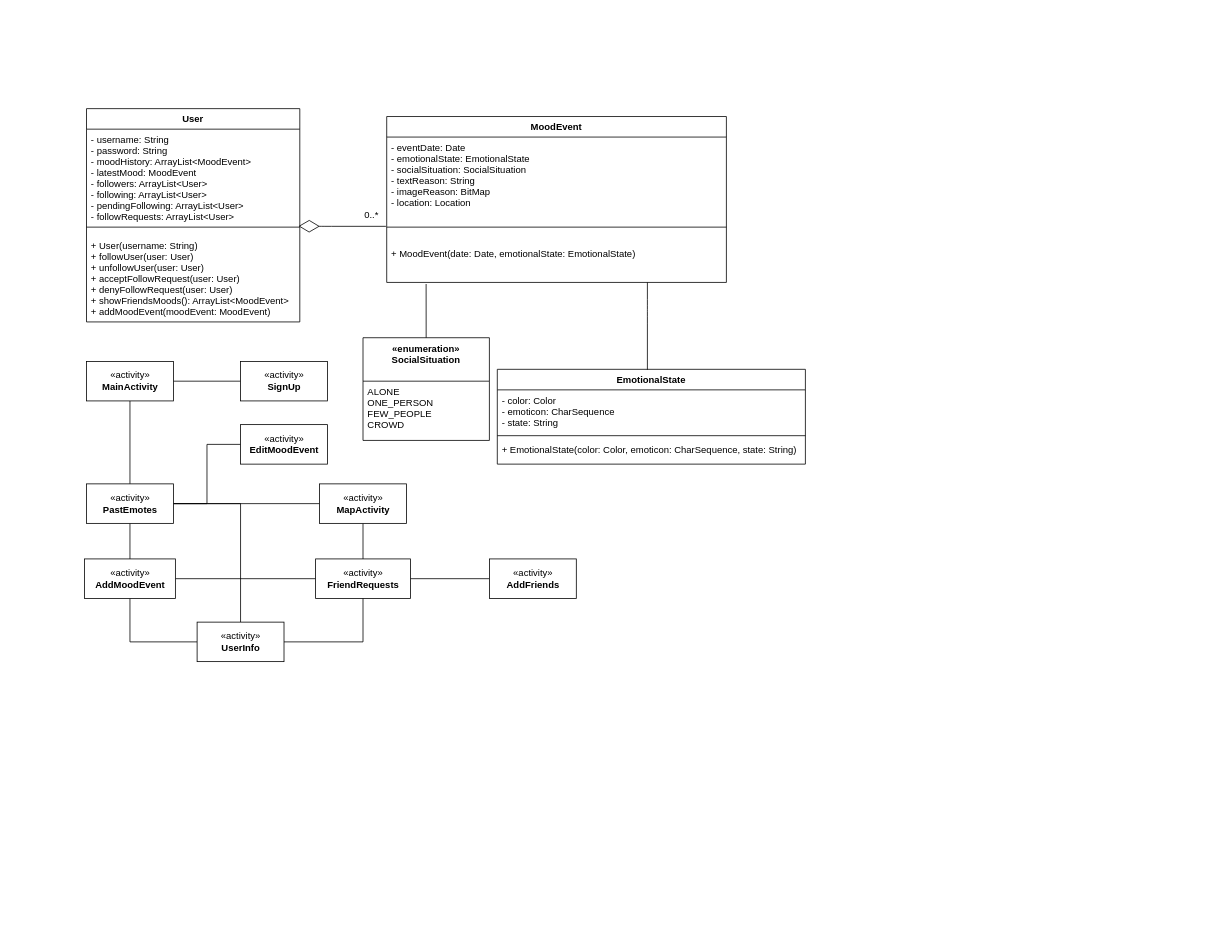
Before: uml_diagram/diagram.drawio in CMPUT301F19T25/0.8XEng, a draw.io diagram. Source tidied: cells renumbered, new cells numbered last; positions are measured from the earlier drawing's top-left corner, leaving out a move shared by most shapes. Both pictures are drawn from the tidied source at 79%, with x=0, y=0 at pixel (85, 108).
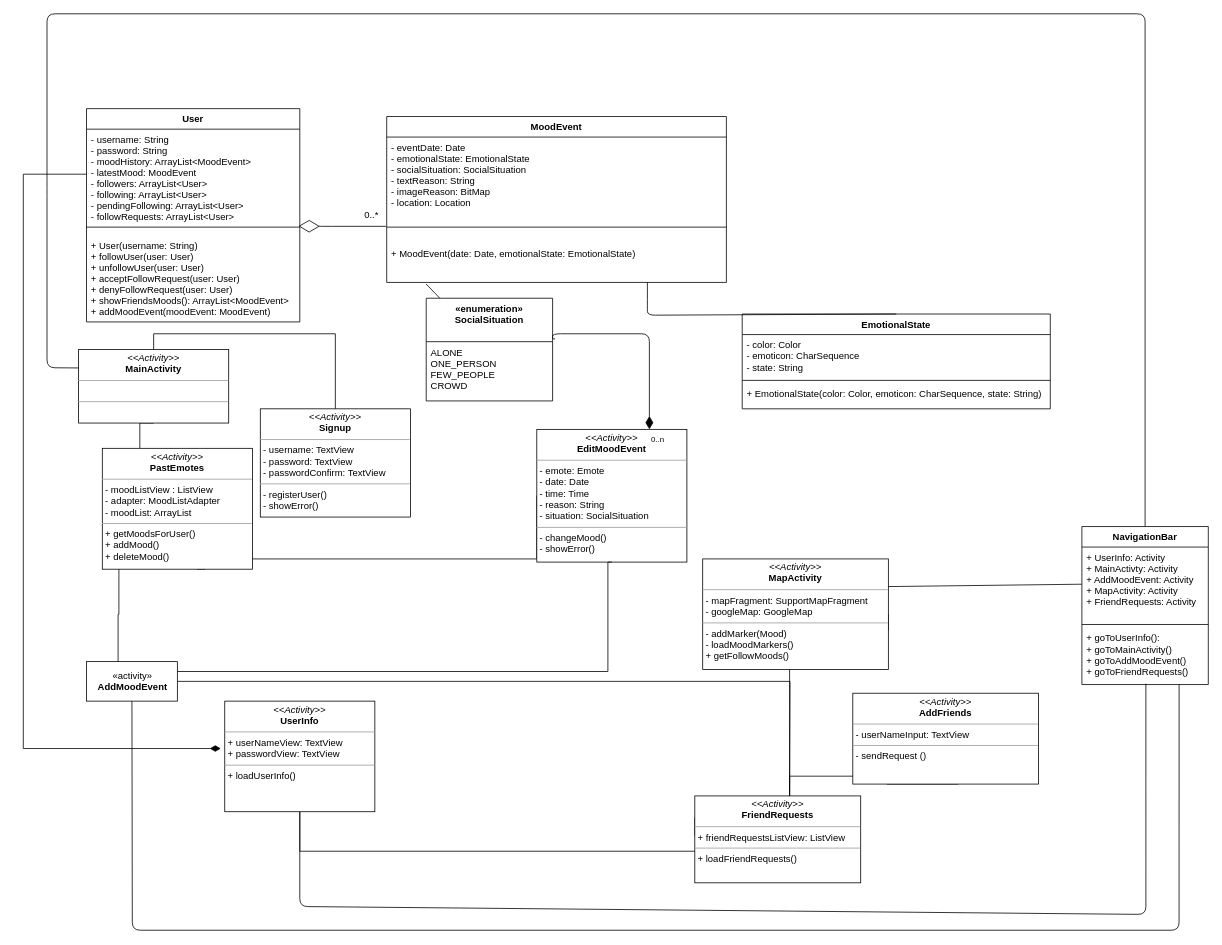
Above is the later version.

Commit message (it also covers changes not shown here):
updated uml diagrams

Unchanged cells that the change refers to:
```xml
<mxCell id="11" value="- username: String&#10;- password: String&#10;- moodHistory: ArrayList&lt;MoodEvent&gt;&#10;- latestMood: MoodEvent&#10;- followers: ArrayList&lt;User&gt;&#10;- following: ArrayList&lt;User&gt;&#10;- pendingFollowing: ArrayList&lt;User&gt;&#10;- followRequests: ArrayList&lt;User&gt;" style="text;strokeColor=none;fillColor=none;align=left;verticalAlign=top;spacingLeft=4;spacingRight=4;overflow=hidden;points=[[0,0.5],[1,0.5]];portConstraint=eastwest;" parent="10" vertex="1">
  <mxGeometry y="26" width="270" height="114" as="geometry" />
</mxCell>
<mxCell id="15" value="ALONE&#10;ONE_PERSON&#10;FEW_PEOPLE&#10;CROWD" style="text;strokeColor=none;fillColor=none;align=left;verticalAlign=top;spacingLeft=4;spacingRight=4;overflow=hidden;points=[[0,0.5],[1,0.5]];portConstraint=eastwest;" parent="14" vertex="1">
  <mxGeometry y="55" width="160" height="75" as="geometry" />
</mxCell>
```

The edit, as a diff of the source:
```diff
@@
     <mxCell id="6" value="EmotionalState" style="swimlane;fontStyle=1;align=center;verticalAlign=top;horizontal=1;startSize=26;" parent="1" vertex="1">
-      <mxGeometry x="522" y="330" width="390" height="120" as="geometry" />
+      <mxGeometry x="832" y="260" width="390" height="120" as="geometry" />
     </mxCell>
@@
     <mxCell id="14" value="«enumeration»&#10;SocialSituation" style="swimlane;fontStyle=1;align=center;verticalAlign=top;horizontal=1;startSize=55;" parent="1" vertex="1">
-      <mxGeometry x="352" y="290" width="160" height="130" as="geometry" />
+      <mxGeometry x="432" y="240" width="160" height="130" as="geometry" />
     </mxCell>
@@
-    <mxCell id="18" style="endArrow=none;html=1;entryX=0.372;entryY=0.971;entryDx=0;entryDy=0;entryPerimeter=0;" parent="1" edge="1">
+    <mxCell id="18" style="endArrow=none;html=1;entryX=0.372;entryY=0.971;entryDx=0;entryDy=0;entryPerimeter=0;exitX=0.5;exitY=0;exitDx=0;exitDy=0;" parent="1" edge="1" source="6">
       <mxGeometry relative="1" as="geometry">
-        <mxPoint x="712" y="330.5" as="sourcePoint" />
         <mxPoint x="712" y="220" as="targetPoint" />
         <Array as="points">
           <mxPoint x="712" y="261.5" />
           <mxPoint x="712" y="251.5" />
         </Array>
       </mxGeometry>
     </mxCell>
@@
-    <mxCell id="20" style="edgeStyle=orthogonalEdgeStyle;rounded=0;jettySize=auto;html=1;endArrow=none;endFill=0;" parent="1" edge="1" source="22" target="23">
+    <mxCell id="20" style="edgeStyle=orthogonalEdgeStyle;rounded=0;jettySize=auto;html=1;endArrow=none;endFill=0;exitX=0.5;exitY=0;exitDx=0;exitDy=0;entryX=0.5;entryY=0;entryDx=0;entryDy=0;" parent="1" edge="1" source="42" target="44">
       <mxGeometry relative="1" as="geometry" />
     </mxCell>
-    <mxCell id="21" style="edgeStyle=orthogonalEdgeStyle;rounded=0;jettySize=auto;html=1;entryX=0.5;entryY=0;entryDx=0;entryDy=0;endArrow=none;endFill=0;" parent="1" edge="1" source="22" target="33">
+    <mxCell id="21" style="edgeStyle=orthogonalEdgeStyle;rounded=0;jettySize=auto;html=1;entryX=0.25;entryY=0;entryDx=0;entryDy=0;endArrow=none;endFill=0;exitX=0.5;exitY=1;exitDx=0;exitDy=0;" parent="1" edge="1" source="42" target="53">
       <mxGeometry relative="1" as="geometry" />
     </mxCell>
-    <mxCell id="22" value="«activity»&lt;br&gt;&lt;b&gt;MainActivity&lt;/b&gt;" style="html=1;" parent="1" vertex="1">
-      <mxGeometry x="2" y="320" width="110" height="50" as="geometry" />
-    </mxCell>
-    <mxCell id="23" value="«activity»&lt;br&gt;&lt;b&gt;SignUp&lt;/b&gt;" style="html=1;" parent="1" vertex="1">
-      <mxGeometry x="197" y="320" width="110" height="50" as="geometry" />
-    </mxCell>
-    <mxCell id="24" style="edgeStyle=orthogonalEdgeStyle;rounded=0;jettySize=auto;html=1;entryX=0;entryY=0.5;entryDx=0;entryDy=0;endArrow=none;endFill=0;" parent="1" edge="1" source="26" target="39">
-      <mxGeometry relative="1" as="geometry">
-        <Array as="points">
-          <mxPoint x="57" y="675" />
-        </Array>
-      </mxGeometry>
-    </mxCell>
-    <mxCell id="25" style="edgeStyle=orthogonalEdgeStyle;rounded=0;jettySize=auto;html=1;endArrow=none;endFill=0;" parent="1" edge="1" source="26" target="28">
-      <mxGeometry relative="1" as="geometry" />
+    <mxCell id="25" style="edgeStyle=orthogonalEdgeStyle;rounded=0;jettySize=auto;html=1;endArrow=none;endFill=0;" parent="1" edge="1" source="26">
+      <mxGeometry relative="1" as="geometry">
+        <mxPoint x="892" y="880" as="targetPoint" />
+      </mxGeometry>
     </mxCell>
     <mxCell id="26" value="«activity»&lt;br&gt;&lt;b&gt;AddMoodEvent&lt;/b&gt;" style="html=1;" parent="1" vertex="1">
-      <mxGeometry x="-0.5" y="570" width="115" height="50" as="geometry" />
+      <mxGeometry x="2" y="700" width="115" height="50" as="geometry" />
     </mxCell>
-    <mxCell id="27" style="edgeStyle=orthogonalEdgeStyle;rounded=0;jettySize=auto;html=1;endArrow=none;endFill=0;" parent="1" edge="1" source="28" target="37">
-      <mxGeometry relative="1" as="geometry" />
+    <mxCell id="27" style="edgeStyle=orthogonalEdgeStyle;rounded=0;jettySize=auto;html=1;endArrow=none;endFill=0;entryX=0.568;entryY=1;entryDx=0;entryDy=0;entryPerimeter=0;" parent="1" edge="1" target="41">
+      <mxGeometry relative="1" as="geometry">
+        <mxPoint x="892" y="880" as="sourcePoint" />
+        <Array as="points">
+          <mxPoint x="1015" y="845" />
+        </Array>
+      </mxGeometry>
     </mxCell>
-    <mxCell id="28" value="«activity»&lt;br&gt;&lt;b&gt;FriendRequests&lt;/b&gt;" style="html=1;" parent="1" vertex="1">
-      <mxGeometry x="292" y="570" width="120" height="50" as="geometry" />
-    </mxCell>
-    <mxCell id="29" style="edgeStyle=orthogonalEdgeStyle;rounded=0;jettySize=auto;html=1;endArrow=none;endFill=0;" parent="1" edge="1" source="33" target="26">
-      <mxGeometry relative="1" as="geometry" />
+    <mxCell id="29" style="edgeStyle=orthogonalEdgeStyle;rounded=0;jettySize=auto;html=1;endArrow=none;endFill=0;exitX=0.163;exitY=0.993;exitDx=0;exitDy=0;exitPerimeter=0;" parent="1" edge="1" source="53" target="26">
+      <mxGeometry relative="1" as="geometry">
+        <Array as="points">
+          <mxPoint x="43" y="640" />
+          <mxPoint x="42" y="640" />
+        </Array>
+      </mxGeometry>
     </mxCell>
-    <mxCell id="30" style="edgeStyle=orthogonalEdgeStyle;rounded=0;jettySize=auto;html=1;entryX=0;entryY=0.5;entryDx=0;entryDy=0;endArrow=none;endFill=0;" parent="1" edge="1" source="33" target="35">
-      <mxGeometry relative="1" as="geometry" />
-    </mxCell>
-    <mxCell id="31" style="edgeStyle=orthogonalEdgeStyle;rounded=0;jettySize=auto;html=1;entryX=0;entryY=0.5;entryDx=0;entryDy=0;endArrow=none;endFill=0;" parent="1" edge="1" source="33" target="36">
-      <mxGeometry relative="1" as="geometry" />
+    <mxCell id="31" style="edgeStyle=orthogonalEdgeStyle;rounded=0;jettySize=auto;html=1;entryX=0;entryY=0.5;entryDx=0;entryDy=0;endArrow=none;endFill=0;exitX=0.684;exitY=1;exitDx=0;exitDy=0;exitPerimeter=0;" parent="1" edge="1" source="53" target="45">
+      <mxGeometry relative="1" as="geometry">
+        <Array as="points">
+          <mxPoint x="142" y="570" />
+          <mxPoint x="572" y="570" />
+        </Array>
+      </mxGeometry>
     </mxCell>
-    <mxCell id="32" style="edgeStyle=orthogonalEdgeStyle;rounded=0;jettySize=auto;html=1;endArrow=none;endFill=0;" parent="1" edge="1" source="33" target="39">
-      <mxGeometry relative="1" as="geometry" />
-    </mxCell>
-    <mxCell id="33" value="«activity»&lt;br&gt;&lt;b&gt;PastEmotes&lt;/b&gt;" style="html=1;" parent="1" vertex="1">
-      <mxGeometry x="2" y="475" width="110" height="50" as="geometry" />
-    </mxCell>
-    <mxCell id="34" style="edgeStyle=orthogonalEdgeStyle;rounded=0;jettySize=auto;html=1;endArrow=none;endFill=0;" parent="1" edge="1" source="35" target="28">
-      <mxGeometry relative="1" as="geometry" />
+    <mxCell id="34" style="edgeStyle=orthogonalEdgeStyle;rounded=0;jettySize=auto;html=1;endArrow=none;endFill=0;exitX=1;exitY=0.5;exitDx=0;exitDy=0;entryX=0;entryY=0.25;entryDx=0;entryDy=0;" parent="1" edge="1" source="40" target="60">
+      <mxGeometry relative="1" as="geometry">
+        <Array as="points">
+          <mxPoint x="1017" y="660" />
+          <mxPoint x="892" y="660" />
+          <mxPoint x="892" y="920" />
+        </Array>
+      </mxGeometry>
     </mxCell>
-    <mxCell id="35" value="«activity»&lt;br&gt;&lt;b&gt;MapActivity&lt;/b&gt;" style="html=1;" parent="1" vertex="1">
-      <mxGeometry x="297" y="475" width="110" height="50" as="geometry" />
-    </mxCell>
-    <mxCell id="36" value="«activity»&lt;br&gt;&lt;b&gt;EditMoodEvent&lt;/b&gt;" style="html=1;" parent="1" vertex="1">
-      <mxGeometry x="197" y="400" width="110" height="50" as="geometry" />
-    </mxCell>
-    <mxCell id="37" value="«activity»&lt;br&gt;&lt;b&gt;AddFriends&lt;/b&gt;" style="html=1;" parent="1" vertex="1">
-      <mxGeometry x="512" y="570" width="110" height="50" as="geometry" />
-    </mxCell>
-    <mxCell id="38" style="edgeStyle=orthogonalEdgeStyle;rounded=0;jettySize=auto;html=1;entryX=0.5;entryY=1;entryDx=0;entryDy=0;endArrow=none;endFill=0;" parent="1" edge="1" source="39" target="28">
-      <mxGeometry relative="1" as="geometry" />
+    <mxCell id="38" style="edgeStyle=orthogonalEdgeStyle;rounded=0;jettySize=auto;html=1;entryX=0;entryY=0.25;entryDx=0;entryDy=0;endArrow=none;endFill=0;exitX=0.5;exitY=1;exitDx=0;exitDy=0;" parent="1" edge="1" source="43" target="60">
+      <mxGeometry relative="1" as="geometry">
+        <Array as="points">
+          <mxPoint x="272" y="940" />
+          <mxPoint x="972" y="940" />
+        </Array>
+      </mxGeometry>
     </mxCell>
-    <mxCell id="39" value="«activity»&lt;br&gt;&lt;b&gt;UserInfo&lt;/b&gt;" style="html=1;" parent="1" vertex="1">
-      <mxGeometry x="142" y="650" width="110" height="50" as="geometry" />
-    </mxCell>
+    <mxCell id="40" value="&lt;p style=&quot;margin: 0px ; margin-top: 4px ; text-align: center&quot;&gt;&lt;i&gt;&amp;lt;&amp;lt;Activity&amp;gt;&amp;gt;&lt;/i&gt;&lt;br&gt;&lt;b&gt;MapActivity&lt;/b&gt;&lt;/p&gt;&lt;hr size=&quot;1&quot;&gt;&lt;p style=&quot;margin: 0px ; margin-left: 4px&quot;&gt;- mapFragment: SupportMapFragment&lt;br&gt;- googleMap: GoogleMap&lt;/p&gt;&lt;hr size=&quot;1&quot;&gt;&lt;p style=&quot;margin: 0px ; margin-left: 4px&quot;&gt;- addMarker(Mood)&lt;br&gt;- loadMoodMarkers()&lt;/p&gt;&lt;p style=&quot;margin: 0px ; margin-left: 4px&quot;&gt;+ getFollowMoods()&lt;/p&gt;" style="verticalAlign=top;align=left;overflow=fill;fontSize=12;fontFamily=Helvetica;html=1;" parent="1" vertex="1">
+      <mxGeometry x="782" y="570" width="235" height="140" as="geometry" />
+    </mxCell>
+    <mxCell id="41" value="&lt;p style=&quot;margin: 0px ; margin-top: 4px ; text-align: center&quot;&gt;&lt;i&gt;&amp;lt;&amp;lt;Activity&amp;gt;&amp;gt;&lt;/i&gt;&lt;br&gt;&lt;b&gt;AddFriends&lt;/b&gt;&lt;/p&gt;&lt;hr size=&quot;1&quot;&gt;&lt;p style=&quot;margin: 0px ; margin-left: 4px&quot;&gt;- userNameInput: TextView&lt;/p&gt;&lt;hr size=&quot;1&quot;&gt;&lt;p style=&quot;margin: 0px ; margin-left: 4px&quot;&gt;- sendRequest ()&lt;br&gt;&lt;/p&gt;" style="verticalAlign=top;align=left;overflow=fill;fontSize=12;fontFamily=Helvetica;html=1;" parent="1" vertex="1">
+      <mxGeometry x="972" y="740" width="235" height="115" as="geometry" />
+    </mxCell>
+    <mxCell id="42" value="&lt;p style=&quot;margin: 0px ; margin-top: 4px ; text-align: center&quot;&gt;&lt;i&gt;&amp;lt;&amp;lt;Activity&amp;gt;&amp;gt;&lt;/i&gt;&lt;br&gt;&lt;b&gt;MainActivity&lt;/b&gt;&lt;/p&gt;&lt;hr size=&quot;1&quot;&gt;&lt;p style=&quot;margin: 0px ; margin-left: 4px&quot;&gt;&lt;br&gt;&lt;/p&gt;&lt;hr size=&quot;1&quot;&gt;&lt;p style=&quot;margin: 0px ; margin-left: 4px&quot;&gt;&lt;br&gt;&lt;/p&gt;" style="verticalAlign=top;align=left;overflow=fill;fontSize=12;fontFamily=Helvetica;html=1;" parent="1" vertex="1">
+      <mxGeometry x="-8" y="305" width="190" height="93" as="geometry" />
+    </mxCell>
+    <mxCell id="43" value="&lt;p style=&quot;margin: 0px ; margin-top: 4px ; text-align: center&quot;&gt;&lt;i&gt;&amp;lt;&amp;lt;Activity&amp;gt;&amp;gt;&lt;/i&gt;&lt;br&gt;&lt;b&gt;UserInfo&lt;/b&gt;&lt;/p&gt;&lt;hr size=&quot;1&quot;&gt;&lt;p style=&quot;margin: 0px ; margin-left: 4px&quot;&gt;+ userNameView: TextView&lt;br&gt;+ passwordView: TextView&lt;/p&gt;&lt;hr size=&quot;1&quot;&gt;&lt;p style=&quot;margin: 0px ; margin-left: 4px&quot;&gt;+ loadUserInfo()&lt;/p&gt;" style="verticalAlign=top;align=left;overflow=fill;fontSize=12;fontFamily=Helvetica;html=1;" parent="1" vertex="1">
+      <mxGeometry x="177" y="750" width="190" height="140" as="geometry" />
+    </mxCell>
+    <mxCell id="44" value="&lt;p style=&quot;margin: 0px ; margin-top: 4px ; text-align: center&quot;&gt;&lt;i&gt;&amp;lt;&amp;lt;Activity&amp;gt;&amp;gt;&lt;/i&gt;&lt;br&gt;&lt;b&gt;Signup&lt;/b&gt;&lt;/p&gt;&lt;hr size=&quot;1&quot;&gt;&lt;p style=&quot;margin: 0px ; margin-left: 4px&quot;&gt;- username: TextView&lt;br&gt;- password: TextView&lt;/p&gt;&lt;p style=&quot;margin: 0px ; margin-left: 4px&quot;&gt;- passwordConfirm: TextView&amp;nbsp;&lt;/p&gt;&lt;hr size=&quot;1&quot;&gt;&lt;p style=&quot;margin: 0px ; margin-left: 4px&quot;&gt;- registerUser()&lt;/p&gt;&lt;p style=&quot;margin: 0px ; margin-left: 4px&quot;&gt;- showError()&lt;/p&gt;" style="verticalAlign=top;align=left;overflow=fill;fontSize=12;fontFamily=Helvetica;html=1;" parent="1" vertex="1">
+      <mxGeometry x="222" y="380" width="190" height="137" as="geometry" />
+    </mxCell>
+    <mxCell id="45" value="&lt;p style=&quot;margin: 0px ; margin-top: 4px ; text-align: center&quot;&gt;&lt;i&gt;&amp;lt;&amp;lt;Activity&amp;gt;&amp;gt;&lt;/i&gt;&lt;br&gt;&lt;b&gt;EditMoodEvent&lt;/b&gt;&lt;/p&gt;&lt;hr size=&quot;1&quot;&gt;&lt;p style=&quot;margin: 0px ; margin-left: 4px&quot;&gt;- emote: Emote&lt;br&gt;- date: Date&lt;/p&gt;&lt;p style=&quot;margin: 0px ; margin-left: 4px&quot;&gt;- time: Time&lt;/p&gt;&lt;p style=&quot;margin: 0px ; margin-left: 4px&quot;&gt;- reason: String&lt;/p&gt;&lt;p style=&quot;margin: 0px ; margin-left: 4px&quot;&gt;- situation: SocialSituation&lt;/p&gt;&lt;hr size=&quot;1&quot;&gt;&lt;p style=&quot;margin: 0px ; margin-left: 4px&quot;&gt;- changeMood()&lt;/p&gt;&lt;p style=&quot;margin: 0px ; margin-left: 4px&quot;&gt;- showError()&lt;/p&gt;" style="verticalAlign=top;align=left;overflow=fill;fontSize=12;fontFamily=Helvetica;html=1;" parent="1" vertex="1">
+      <mxGeometry x="572" y="406" width="190" height="168" as="geometry" />
+    </mxCell>
+    <mxCell id="46" style="endArrow=none;html=1;endSize=12;startArrow=diamondThin;startSize=14;startFill=1;edgeStyle=orthogonalEdgeStyle;exitX=0.75;exitY=0;exitDx=0;exitDy=0;endFill=0;entryX=1.019;entryY=-0.047;entryDx=0;entryDy=0;entryPerimeter=0;" parent="1" edge="1" source="45" target="15">
+      <mxGeometry relative="1" as="geometry">
+        <Array as="points">
+          <mxPoint x="715" y="285" />
+          <mxPoint x="592" y="285" />
+          <mxPoint x="592" y="291" />
+        </Array>
+      </mxGeometry>
+    </mxCell>
+    <mxCell id="47" value="0..n" style="html=1;align=left;verticalAlign=top;labelBackgroundColor=#ffffff;fontSize=10;" parent="46" vertex="1">
+      <mxGeometry x="-1" relative="1" as="geometry" />
+    </mxCell>
+    <mxCell id="48" style="html=1;align=right;verticalAlign=top;labelBackgroundColor=#ffffff;fontSize=10;" parent="46" vertex="1">
+      <mxGeometry x="1" relative="1" as="geometry" />
+    </mxCell>
+    <mxCell id="49" value="NavigationBar" style="swimlane;fontStyle=1;align=center;verticalAlign=top;horizontal=1;startSize=26;" parent="1" vertex="1">
+      <mxGeometry x="1262" y="529" width="160" height="200" as="geometry" />
+    </mxCell>
+    <mxCell id="50" value="+ UserInfo: Activity&#10;+ MainActivty: Activity&#10;+ AddMoodEvent: Activity&#10;+ MapActivity: Activity&#10;+ FriendRequests: Activity" style="text;strokeColor=none;fillColor=none;align=left;verticalAlign=top;spacingLeft=4;spacingRight=4;overflow=hidden;points=[[0,0.5],[1,0.5]];portConstraint=eastwest;" parent="49" vertex="1">
+      <mxGeometry y="26" width="160" height="94" as="geometry" />
+    </mxCell>
+    <mxCell id="51" style="line;strokeWidth=1;fillColor=none;align=left;verticalAlign=middle;spacingTop=-1;spacingLeft=3;spacingRight=3;labelPosition=right;" parent="49" vertex="1">
+      <mxGeometry y="120" width="160" height="8" as="geometry" />
+    </mxCell>
+    <mxCell id="52" value="+ goToUserInfo():&#10;+ goToMainActivity()&#10;+ goToAddMoodEvent()&#10;+ goToFriendRequests()" style="text;strokeColor=none;fillColor=none;align=left;verticalAlign=top;spacingLeft=4;spacingRight=4;overflow=hidden;points=[[0,0.5],[1,0.5]];portConstraint=eastwest;" parent="49" vertex="1">
+      <mxGeometry y="128" width="160" height="72" as="geometry" />
+    </mxCell>
+    <mxCell id="53" value="&lt;p style=&quot;margin: 0px ; margin-top: 4px ; text-align: center&quot;&gt;&lt;i&gt;&amp;lt;&amp;lt;Activity&amp;gt;&amp;gt;&lt;/i&gt;&lt;br&gt;&lt;b&gt;PastEmotes&lt;/b&gt;&lt;/p&gt;&lt;hr size=&quot;1&quot;&gt;&lt;p style=&quot;margin: 0px ; margin-left: 4px&quot;&gt;- moodListView : ListView&lt;br&gt;- adapter: MoodListAdapter&lt;/p&gt;&lt;p style=&quot;margin: 0px ; margin-left: 4px&quot;&gt;- moodList: ArrayList&lt;/p&gt;&lt;hr size=&quot;1&quot;&gt;&lt;p style=&quot;margin: 0px ; margin-left: 4px&quot;&gt;+ getMoodsForUser()&lt;br&gt;+ addMood()&lt;/p&gt;&lt;p style=&quot;margin: 0px ; margin-left: 4px&quot;&gt;+ deleteMood()&lt;/p&gt;" style="verticalAlign=top;align=left;overflow=fill;fontSize=12;fontFamily=Helvetica;html=1;" parent="1" vertex="1">
+      <mxGeometry x="22" y="430" width="190" height="153" as="geometry" />
+    </mxCell>
+    <mxCell id="54" style="html=1;verticalAlign=bottom;endArrow=none;entryX=0;entryY=0.5;entryDx=0;entryDy=0;exitX=1;exitY=0.25;exitDx=0;exitDy=0;endFill=0;" parent="1" edge="1" source="40" target="50">
+      <mxGeometry relative="1" as="geometry" />
+    </mxCell>
+    <mxCell id="55" style="html=1;verticalAlign=bottom;endArrow=none;exitX=0.5;exitY=1;exitDx=0;exitDy=0;endFill=0;entryX=0.506;entryY=0.986;entryDx=0;entryDy=0;entryPerimeter=0;" parent="1" edge="1" source="43" target="52">
+      <mxGeometry relative="1" as="geometry">
+        <Array as="points">
+          <mxPoint x="272" y="1010" />
+          <mxPoint x="1343" y="1020" />
+        </Array>
+      </mxGeometry>
+    </mxCell>
+    <mxCell id="56" style="html=1;verticalAlign=bottom;endArrow=none;entryX=0.5;entryY=0;entryDx=0;entryDy=0;endFill=0;exitX=0;exitY=0.25;exitDx=0;exitDy=0;" parent="1" edge="1" source="42" target="49">
+      <mxGeometry relative="1" as="geometry">
+        <Array as="points">
+          <mxPoint x="-48" y="328" />
+          <mxPoint x="-48" y="100" />
+          <mxPoint x="-48" y="-120" />
+          <mxPoint x="1342" y="-120" />
+        </Array>
+      </mxGeometry>
+    </mxCell>
+    <mxCell id="57" style="html=1;verticalAlign=bottom;endArrow=none;endFill=0;entryX=0.769;entryY=1;entryDx=0;entryDy=0;exitX=0.5;exitY=1;exitDx=0;exitDy=0;entryPerimeter=0;" parent="1" edge="1" source="26" target="52">
+      <mxGeometry relative="1" as="geometry">
+        <Array as="points">
+          <mxPoint x="60" y="1040" />
+          <mxPoint x="1385" y="1040" />
+        </Array>
+      </mxGeometry>
+    </mxCell>
+    <mxCell id="58" style="edgeStyle=orthogonalEdgeStyle;rounded=0;jettySize=auto;html=1;endArrow=none;endFill=0;exitX=0.5;exitY=1;exitDx=0;exitDy=0;entryX=1;entryY=0.25;entryDx=0;entryDy=0;" parent="1" edge="1" source="45" target="26">
+      <mxGeometry relative="1" as="geometry">
+        <Array as="points">
+          <mxPoint x="662" y="574" />
+          <mxPoint x="662" y="713" />
+        </Array>
+      </mxGeometry>
+    </mxCell>
+    <mxCell id="59" style="edgeStyle=orthogonalEdgeStyle;rounded=0;jettySize=auto;html=1;endArrow=diamondThin;endFill=1;exitX=0;exitY=0.5;exitDx=0;exitDy=0;startArrow=none;startFill=0;strokeWidth=1;startSize=9;endSize=11;" parent="1" edge="1" source="11">
+      <mxGeometry relative="1" as="geometry">
+        <mxPoint x="172" y="810" as="targetPoint" />
+        <Array as="points">
+          <mxPoint x="-78" y="83" />
+        </Array>
+      </mxGeometry>
+    </mxCell>
+    <mxCell id="60" value="&lt;p style=&quot;margin: 0px ; margin-top: 4px ; text-align: center&quot;&gt;&lt;i&gt;&amp;lt;&amp;lt;Activity&amp;gt;&amp;gt;&lt;/i&gt;&lt;br&gt;&lt;b&gt;FriendRequests&lt;/b&gt;&lt;/p&gt;&lt;hr size=&quot;1&quot;&gt;&lt;p style=&quot;margin: 0px ; margin-left: 4px&quot;&gt;+ friendRequestsListView: ListView&lt;br&gt;&lt;/p&gt;&lt;hr size=&quot;1&quot;&gt;&lt;p style=&quot;margin: 0px ; margin-left: 4px&quot;&gt;+ loadFriendRequests()&lt;/p&gt;" style="verticalAlign=top;align=left;overflow=fill;fontSize=12;fontFamily=Helvetica;html=1;" parent="1" vertex="1">
+      <mxGeometry x="772" y="870" width="210" height="110" as="geometry" />
+    </mxCell>
```
